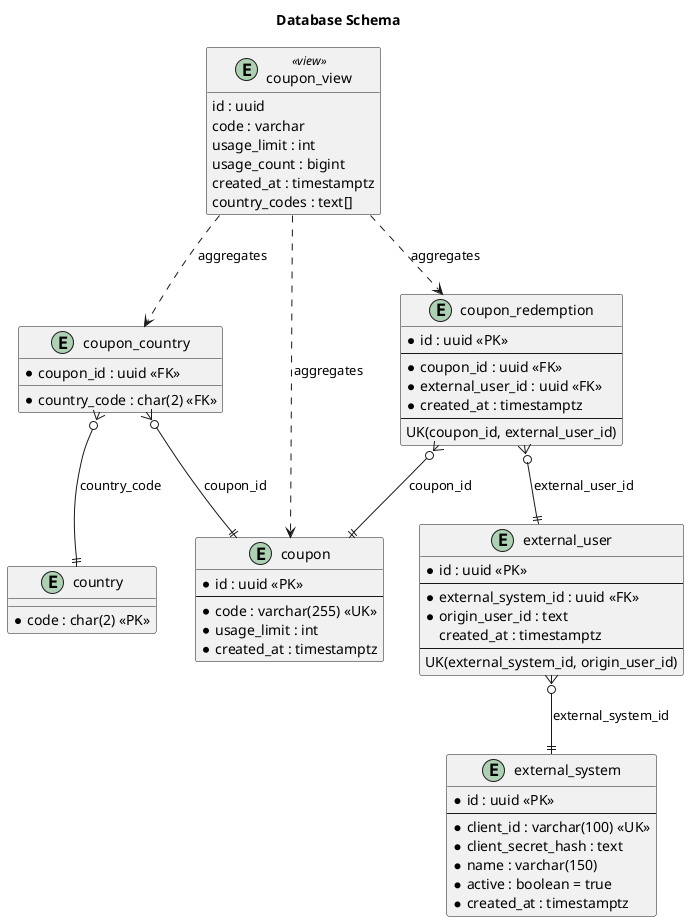
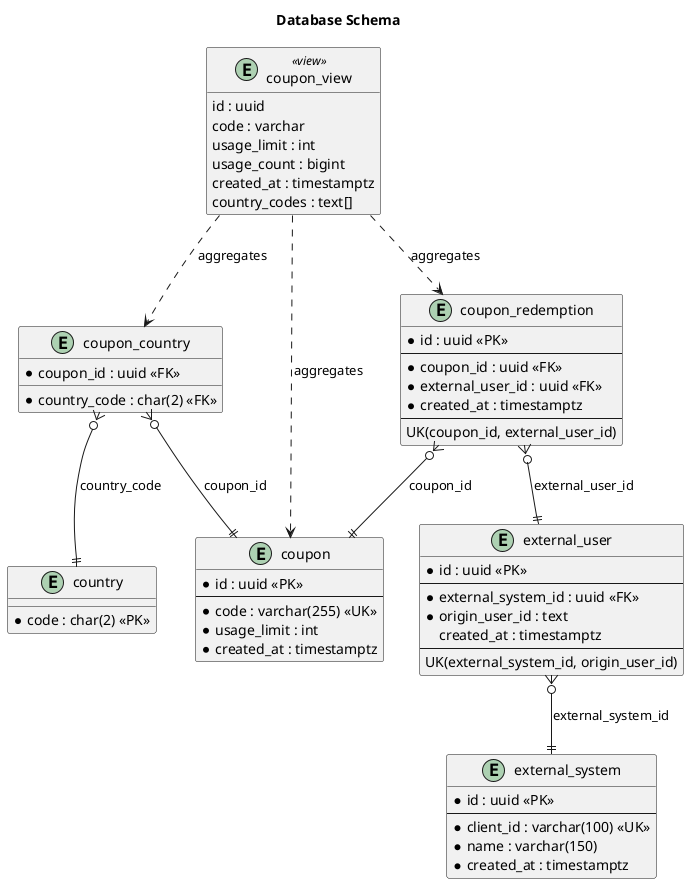
@startuml database-schema

title Database Schema

hide empty methods

entity "external_system" as es {
  * id : uuid <<PK>>
  --
  * client_id : varchar(100) <<UK>>
-   * client_secret_hash : text
  * name : varchar(150)
-   * active : boolean = true
  * created_at : timestamptz
}

entity "external_user" as eu {
  * id : uuid <<PK>>
  --
  * external_system_id : uuid <<FK>>
  * origin_user_id : text
  created_at : timestamptz
  --
  UK(external_system_id, origin_user_id)
}

entity "country" as co {
  * code : char(2) <<PK>>
}

entity "coupon" as cp {
  * id : uuid <<PK>>
  --
  * code : varchar(255) <<UK>>
  * usage_limit : int
  * created_at : timestamptz
}

entity "coupon_country" as cc {
  * coupon_id : uuid <<FK>>
  * country_code : char(2) <<FK>>
}

entity "coupon_redemption" as cr {
  * id : uuid <<PK>>
  --
  * coupon_id : uuid <<FK>>
  * external_user_id : uuid <<FK>>
  * created_at : timestamptz
  --
  UK(coupon_id, external_user_id)
}

entity "coupon_view" as cv <<view>> {
  id : uuid
  code : varchar
  usage_limit : int
  usage_count : bigint
  created_at : timestamptz
  country_codes : text[]
}

eu }o--|| es : external_system_id
cc }o--|| cp : coupon_id
cc }o--|| co : country_code
cr }o--|| cp : coupon_id
cr }o--|| eu : external_user_id
cv ..> cp : aggregates
cv ..> cr : aggregates
cv ..> cc : aggregates

@enduml
